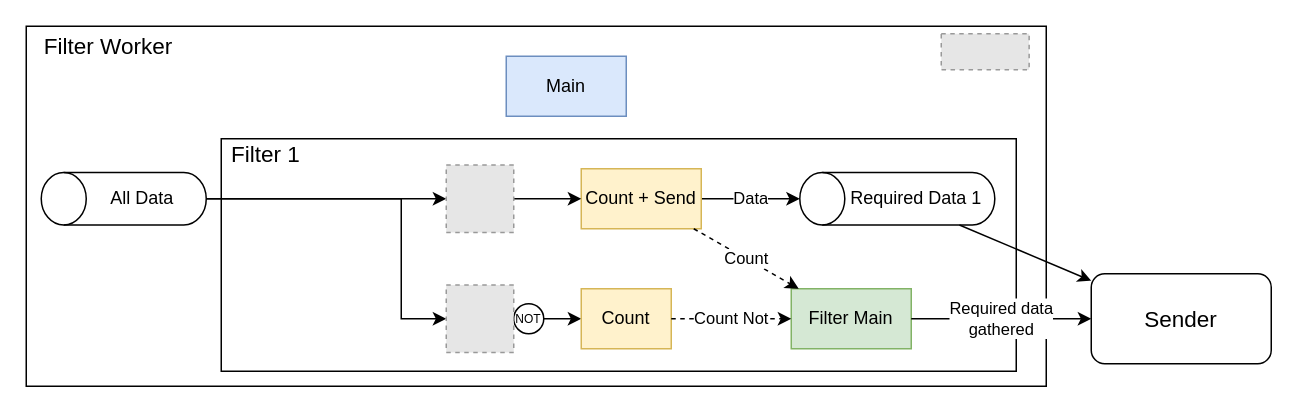
Earlier version of the draw.io diagram figs/04-extraction-update/filter-workers.drawio (aspedrosa/masters-thesis). Source tidied: cells renumbered, new cells numbered last; positions are measured from the earlier drawing's top-left corner, leaving out a move shared by most shapes. Both pictures are drawn from the tidied source at 150%, with x=0, y=0 at pixel (26, 26). Pictures stored in the file or linked from it are replaced by grey dashed boxes.
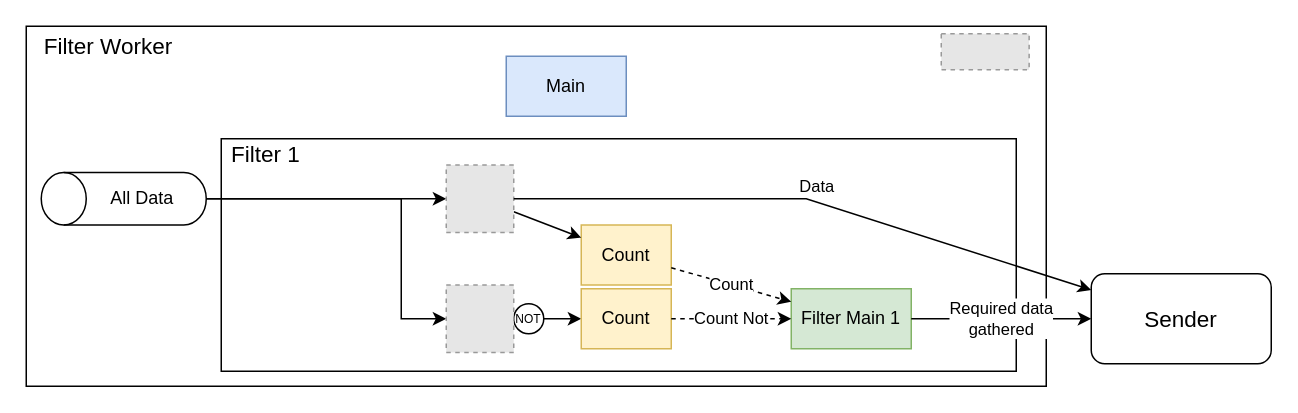
The same diagram, later.

Unchanged cells that the change refers to:
```xml
<mxCell id="14" style="fillColor=#E6E6E6;strokeColor=#999999;dashed=1;html=1;verticalAlign=top;verticalLabelPosition=bottom;labelBackgroundColor=#ffffff;" parent="1" vertex="1">
  <mxGeometry x="280" y="92.5" width="45" height="45" as="geometry" />
</mxCell>
<mxCell id="20" value="Sender" style="rounded=1;whiteSpace=wrap;html=1;fontSize=15;" parent="1" vertex="1">
  <mxGeometry x="710" y="165" width="120" height="60" as="geometry" />
</mxCell>
```

Change to the diagram source:
```diff
@@
-    <mxCell id="8" value="Required Data 1" style="shape=cylinder3;whiteSpace=wrap;html=1;boundedLbl=1;backgroundOutline=1;size=15;direction=north;" parent="1" vertex="1">
-      <mxGeometry x="515.7" y="97.5" width="130" height="35" as="geometry" />
-    </mxCell>
-    <mxCell id="9" value="Data" style="endArrow=classic;html=1;rounded=0;" parent="1" edge="1" source="12" target="8">
-      <mxGeometry relative="1" as="geometry" />
-    </mxCell>
@@
-    <mxCell id="12" value="Count + Send" style="rounded=0;whiteSpace=wrap;html=1;fillColor=#fff2cc;strokeColor=#d6b656;" parent="1" vertex="1">
-      <mxGeometry x="370" y="95" width="80" height="40" as="geometry" />
+    <mxCell id="12" value="Count" style="rounded=0;whiteSpace=wrap;html=1;fillColor=#fff2cc;strokeColor=#d6b656;" parent="1" vertex="1">
+      <mxGeometry x="370" y="132.5" width="60" height="40" as="geometry" />
     </mxCell>
@@
-    <mxCell id="16" value="Filter Main" style="rounded=0;whiteSpace=wrap;html=1;fillColor=#d5e8d4;strokeColor=#82b366;" parent="1" vertex="1">
+    <mxCell id="16" value="Filter Main 1" style="rounded=0;whiteSpace=wrap;html=1;fillColor=#d5e8d4;strokeColor=#82b366;" parent="1" vertex="1">
       <mxGeometry x="510" y="175" width="80" height="40" as="geometry" />
     </mxCell>
@@
-    <mxCell id="25" style="endArrow=classic;html=1;rounded=0;" parent="1" edge="1" source="8" target="20">
-      <mxGeometry relative="1" as="geometry" />
-    </mxCell>
+    <mxCell id="9" value="Data" style="endArrow=classic;html=1;rounded=0;labelBackgroundColor=none;" parent="1" edge="1" source="14" target="20">
+      <mxGeometry x="0.01" y="10" relative="1" as="geometry">
+        <Array as="points">
+          <mxPoint x="520" y="115" />
+        </Array>
+      </mxGeometry>
+    </mxCell>
```
